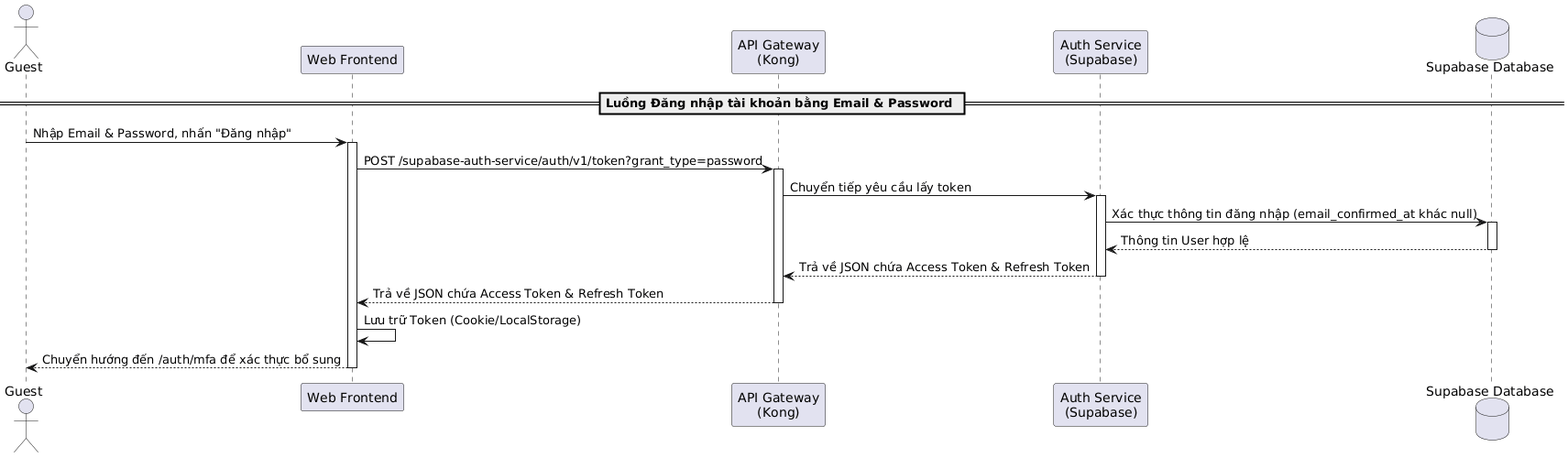
20206205Tech/docs-latex keeps this PlantUML diagram as latex/contents/Sequence/UML-Sequence-UserEmailPasswordLogin.png. Above is the earlier version.
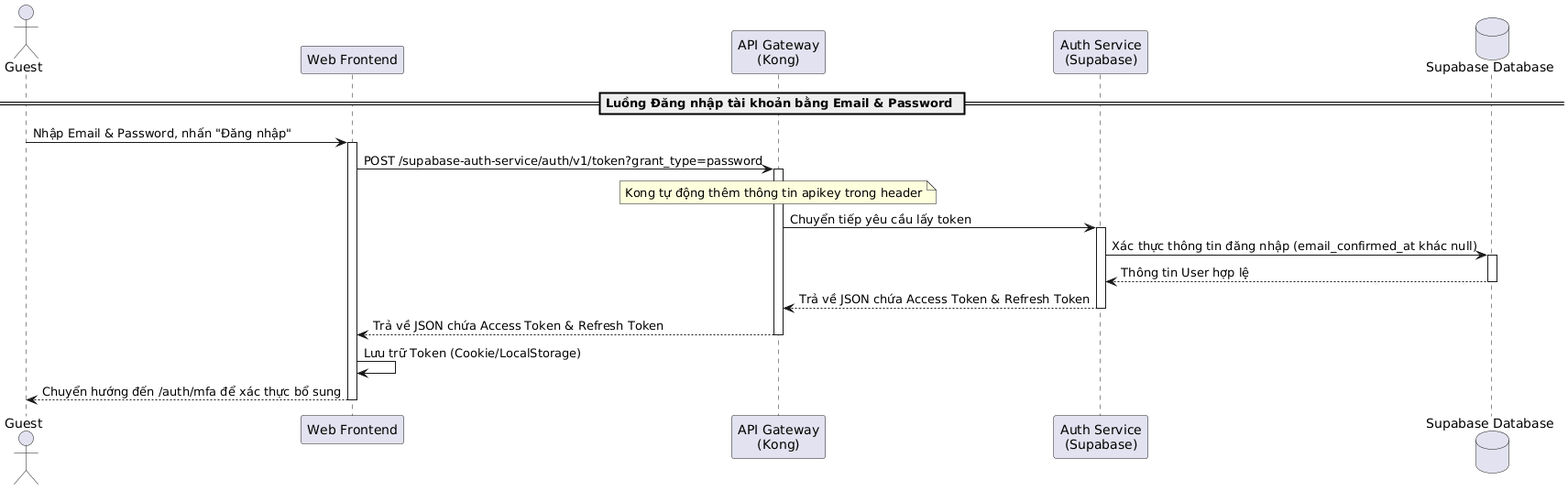
The same file after the commit.

Change to the diagram source:
```diff
@@ -11,6 +11,7 @@
 
 Frontend -> Kong: POST /supabase-auth-service/auth/v1/token?grant_type=password
 activate Kong
+note over Kong: Kong tự động thêm thông tin apikey trong header
 Kong -> AuthService: Chuyển tiếp yêu cầu lấy token
 activate AuthService
 
```
